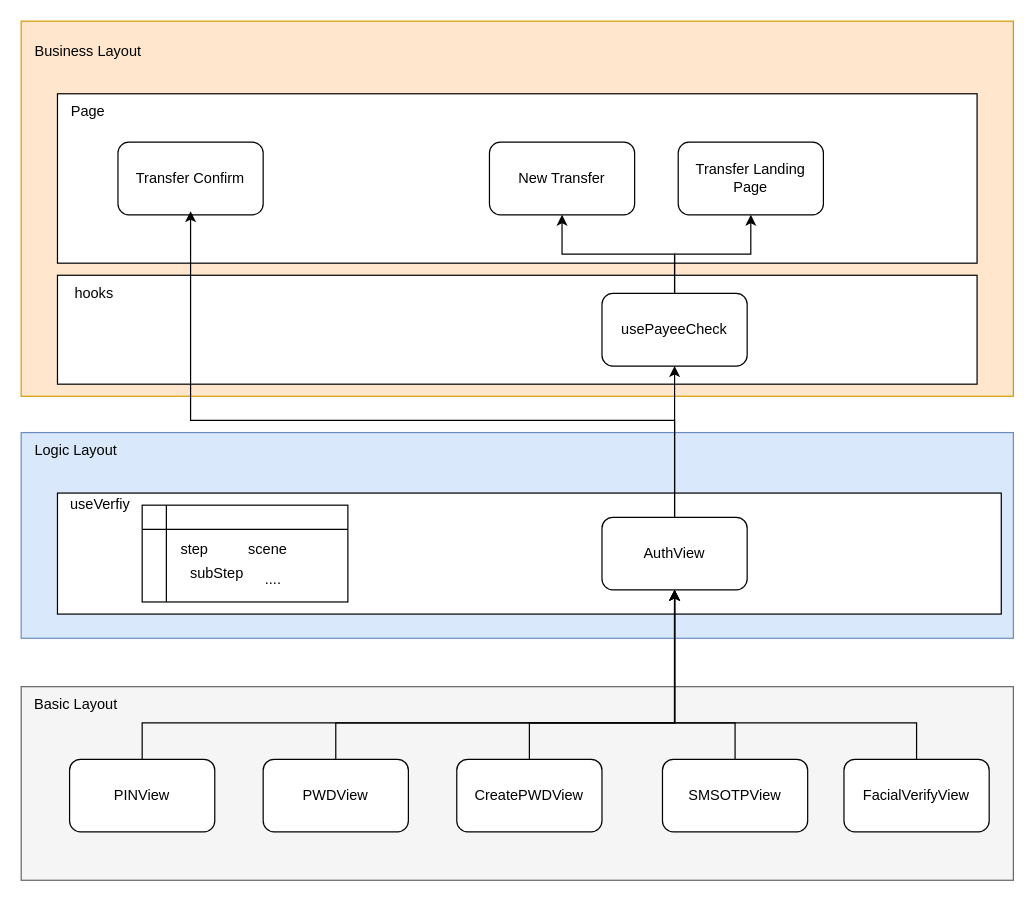
Earlier version of the draw.io diagram Transfer/转账认证内部架构.drawio (RexYao97/sfrex). Source tidied: cells renumbered, new cells numbered last; positions are measured from the earlier drawing's top-left corner, leaving out a move shared by most shapes. Both pictures are drawn from the tidied source at 121%, with x=0, y=0 at pixel (21, 21).
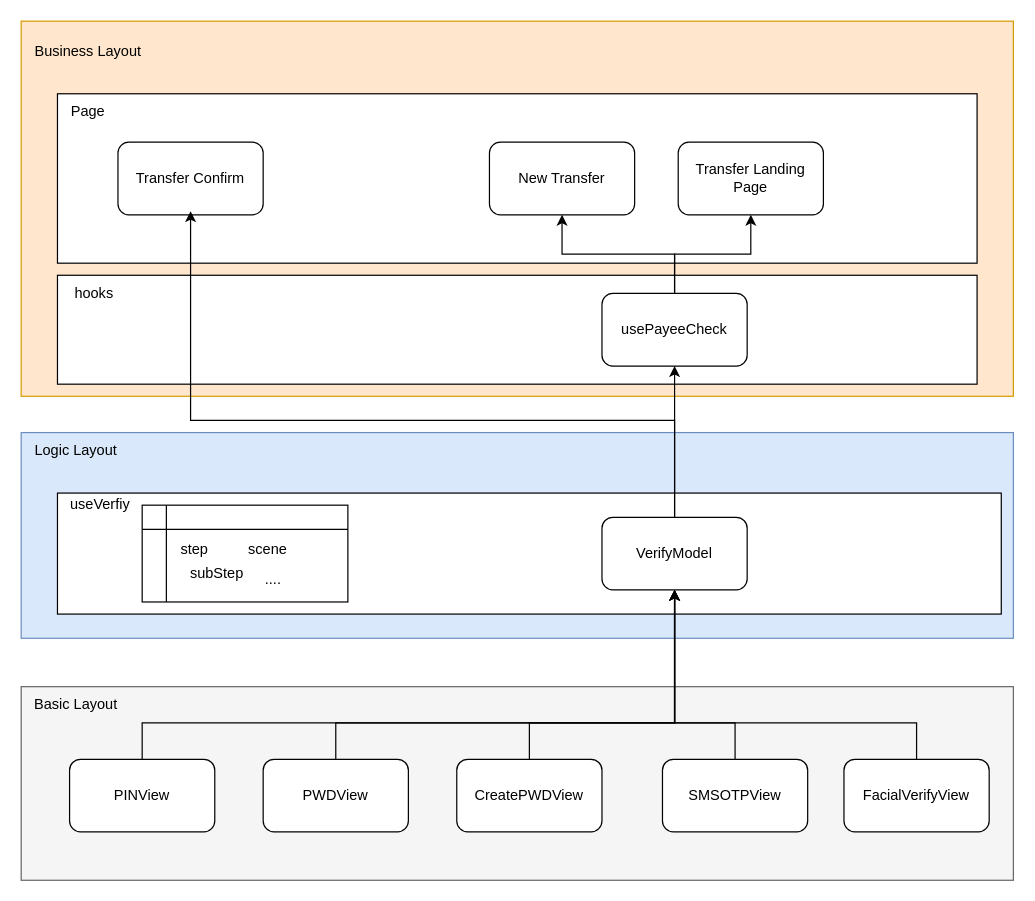
The same diagram, later.

Commit message:
更新转账认证内部架构.drawio

Diff of the diagram source:
```diff
@@
-    <mxCell id="9" value="AuthView" style="rounded=1;whiteSpace=wrap;html=1;" parent="1" vertex="1">
+    <mxCell id="9" value="VerifyModel" style="rounded=1;whiteSpace=wrap;html=1;" parent="1" vertex="1">
       <mxGeometry x="480" y="410" width="120" height="60" as="geometry" />
     </mxCell>
```
